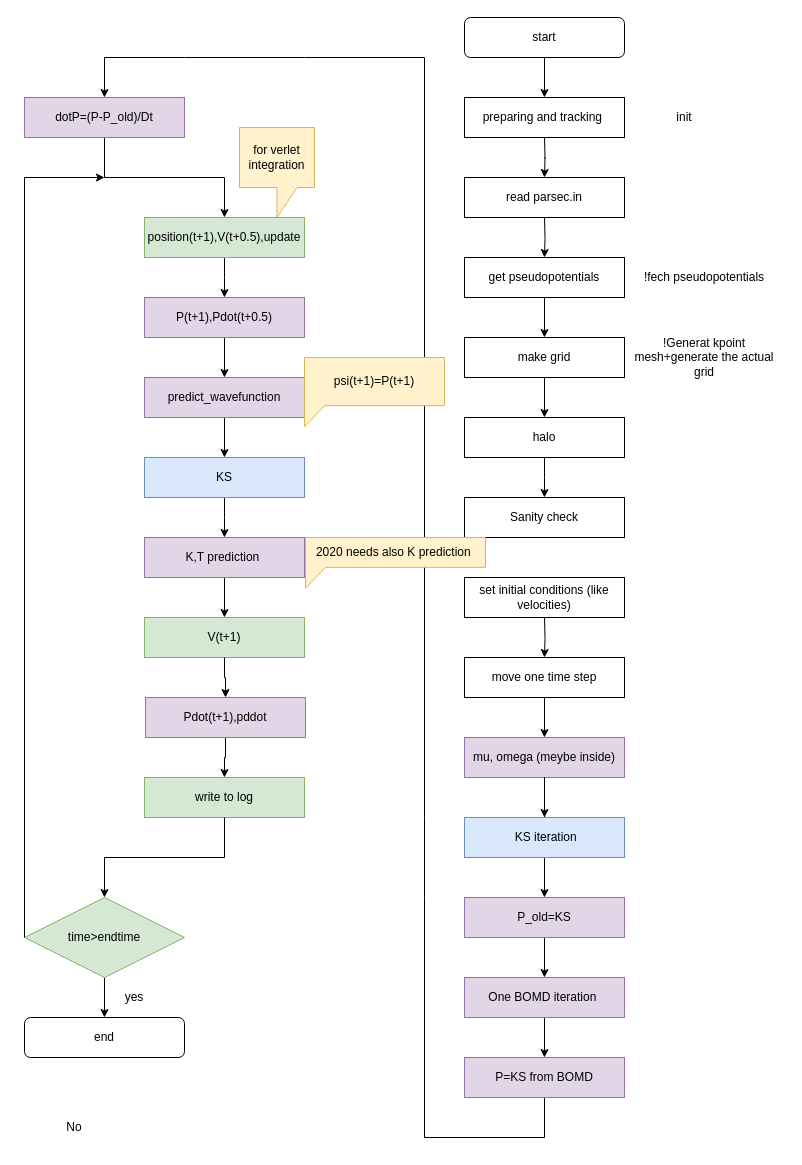
Before: XL_BOMD-KS.drawio in MorYagueldeLame/flowchart_BOMD, a draw.io diagram. Source tidied: cells renumbered, new cells numbered last; positions are measured from the earlier drawing's top-left corner, leaving out a move shared by most shapes. Both pictures are drawn from the tidied source at 100%, with x=0, y=0 at pixel (24, 17).
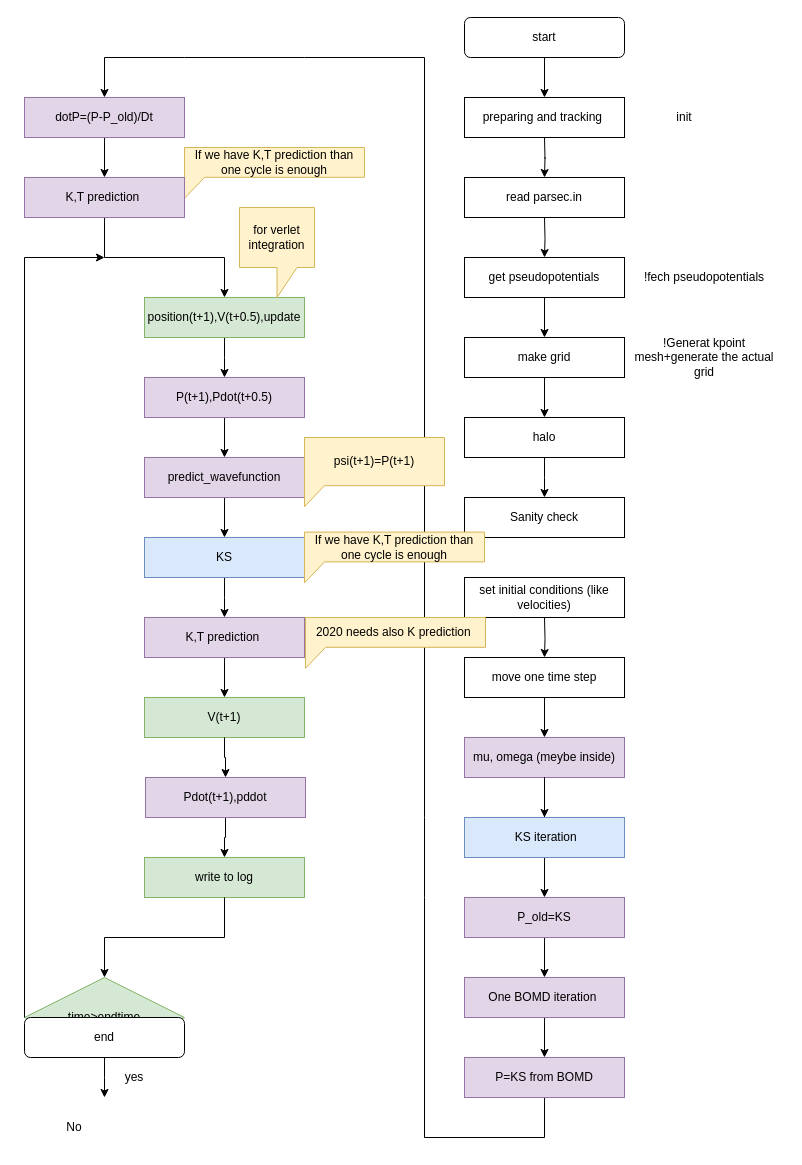
After the change.

The change refers to these unchanged cells:
```xml
<mxCell id="34" value="end" style="rounded=1;whiteSpace=wrap;html=1;" parent="1" vertex="1">
  <mxGeometry y="1000" width="160" height="40" as="geometry" />
</mxCell>
<mxCell id="49" value="P=KS from BOMD" style="whiteSpace=wrap;html=1;fillColor=#e1d5e7;strokeColor=#9673a6;" parent="1" vertex="1">
  <mxGeometry x="440" y="1040" width="160" height="40" as="geometry" />
</mxCell>
<mxCell id="50" value="dotP=(P-P_old)/Dt" style="whiteSpace=wrap;html=1;fillColor=#e1d5e7;strokeColor=#9673a6;" parent="1" vertex="1">
  <mxGeometry y="80" width="160" height="40" as="geometry" />
</mxCell>
```

What changed in the source:
```diff
@@
-    <mxCell id="18" style="endArrow=classic;html=1;rounded=0;exitX=0.5;exitY=1;exitDx=0;exitDy=0;entryX=0.5;entryY=0;entryDx=0;entryDy=0;" parent="1" edge="1" source="49" target="50">
+    <mxCell id="18" style="endArrow=classic;html=1;rounded=0;exitX=0.5;exitY=1;exitDx=0;exitDy=0;" parent="1" edge="1" source="49">
       <mxGeometry relative="1" as="geometry">
+        <mxPoint x="80" y="80" as="targetPoint" />
         <Array as="points">
           <mxPoint x="520" y="1120" />
           <mxPoint x="400" y="1120" />
           <mxPoint x="400" y="880" />
           <mxPoint x="400" y="800" />
           <mxPoint x="400" y="40" />
           <mxPoint x="280" y="40" />
           <mxPoint x="160" y="40" />
           <mxPoint x="80" y="40" />
         </Array>
       </mxGeometry>
     </mxCell>
     <mxCell id="19" style="endArrow=classic;html=1;rounded=0;exitX=0.5;exitY=1;exitDx=0;exitDy=0;entryX=0.5;entryY=0;entryDx=0;entryDy=0;" parent="1" edge="1" target="21">
       <mxGeometry relative="1" as="geometry">
-        <mxPoint x="80" y="120" as="sourcePoint" />
+        <mxPoint x="80" y="200" as="sourcePoint" />
         <Array as="points">
-          <mxPoint x="80" y="160" />
-          <mxPoint x="200" y="160" />
+          <mxPoint x="80" y="240" />
+          <mxPoint x="200" y="240" />
         </Array>
       </mxGeometry>
     </mxCell>
     <mxCell id="20" style="edgeStyle=orthogonalEdgeStyle;rounded=0;jettySize=auto;html=1;" parent="1" edge="1" source="21">
       <mxGeometry relative="1" as="geometry">
-        <mxPoint x="200" y="280" as="targetPoint" />
+        <mxPoint x="200" y="360" as="targetPoint" />
       </mxGeometry>
     </mxCell>
     <mxCell id="21" value="position(t+1),V(t+0.5),update" style="whiteSpace=wrap;html=1;fillColor=#d5e8d4;strokeColor=#82b366;" parent="1" vertex="1">
-      <mxGeometry x="120" y="200" width="160" height="40" as="geometry" />
+      <mxGeometry x="120" y="280" width="160" height="40" as="geometry" />
     </mxCell>
     <mxCell id="22" style="edgeStyle=orthogonalEdgeStyle;rounded=0;jettySize=auto;html=1;" parent="1" edge="1" source="23">
       <mxGeometry relative="1" as="geometry">
-        <mxPoint x="200" y="520" as="targetPoint" />
+        <mxPoint x="200" y="600" as="targetPoint" />
       </mxGeometry>
     </mxCell>
     <mxCell id="23" value="KS" style="whiteSpace=wrap;html=1;fillColor=#dae8fc;strokeColor=#6c8ebf;" parent="1" vertex="1">
-      <mxGeometry x="120" y="440" width="160" height="40" as="geometry" />
+      <mxGeometry x="120" y="520" width="160" height="40" as="geometry" />
     </mxCell>
@@
     <mxCell id="25" value="predict_wavefunction" style="whiteSpace=wrap;html=1;fillColor=#e1d5e7;strokeColor=#9673a6;" parent="1" vertex="1">
-      <mxGeometry x="120" y="360" width="160" height="40" as="geometry" />
+      <mxGeometry x="120" y="440" width="160" height="40" as="geometry" />
     </mxCell>
     <mxCell id="26" value="for verlet integration" style="shape=callout;whiteSpace=wrap;html=1;perimeter=calloutPerimeter;fillColor=#fff2cc;strokeColor=#d6b656;" parent="1" vertex="1">
-      <mxGeometry x="215" y="110" width="75" height="90" as="geometry" />
+      <mxGeometry x="215" y="190" width="75" height="90" as="geometry" />
     </mxCell>
@@
     <mxCell id="28" value="V(t+1)" style="whiteSpace=wrap;html=1;fillColor=#d5e8d4;strokeColor=#82b366;" parent="1" vertex="1">
-      <mxGeometry x="120" y="600" width="160" height="40" as="geometry" />
+      <mxGeometry x="120" y="680" width="160" height="40" as="geometry" />
     </mxCell>
     <mxCell id="29" value="write to log" style="whiteSpace=wrap;html=1;fillColor=#d5e8d4;strokeColor=#82b366;" parent="1" vertex="1">
-      <mxGeometry x="120" y="760" width="160" height="40" as="geometry" />
+      <mxGeometry x="120" y="840" width="160" height="40" as="geometry" />
     </mxCell>
     <mxCell id="30" style="endArrow=classic;html=1;rounded=0;exitX=0.5;exitY=1;exitDx=0;exitDy=0;entryX=0.5;entryY=0;entryDx=0;entryDy=0;entryPerimeter=0;" parent="1" edge="1" source="29" target="32">
       <mxGeometry relative="1" as="geometry">
         <Array as="points">
-          <mxPoint x="200" y="840" />
-          <mxPoint x="80" y="840" />
+          <mxPoint x="200" y="920" />
+          <mxPoint x="80" y="920" />
         </Array>
       </mxGeometry>
     </mxCell>
-    <mxCell id="31" style="edgeStyle=orthogonalEdgeStyle;rounded=0;jettySize=auto;html=1;" parent="1" edge="1" source="32" target="34">
-      <mxGeometry relative="1" as="geometry" />
+    <mxCell id="31" style="edgeStyle=orthogonalEdgeStyle;rounded=0;jettySize=auto;html=1;" parent="1" edge="1" source="32">
+      <mxGeometry relative="1" as="geometry">
+        <mxPoint x="80" y="1080" as="targetPoint" />
+      </mxGeometry>
     </mxCell>
     <mxCell id="32" value="time&amp;gt;endtime" style="rhombus;whiteSpace=wrap;html=1;fillColor=#d5e8d4;strokeColor=#82b366;" parent="1" vertex="1">
-      <mxGeometry y="880" width="160" height="80" as="geometry" />
+      <mxGeometry y="960" width="160" height="80" as="geometry" />
     </mxCell>
     <mxCell id="33" style="endArrow=classic;html=1;rounded=0;exitX=0;exitY=0.5;exitDx=0;exitDy=0;" parent="1" edge="1" source="32">
       <mxGeometry relative="1" as="geometry">
-        <mxPoint x="80" y="160" as="targetPoint" />
+        <mxPoint x="80" y="240" as="targetPoint" />
         <Array as="points">
-          <mxPoint y="160" />
+          <mxPoint y="240" />
         </Array>
       </mxGeometry>
     </mxCell>
@@
     <mxCell id="36" value="yes" style="text;html=1;strokeColor=none;fillColor=none;align=center;verticalAlign=middle;whiteSpace=wrap;rounded=0;" parent="1" vertex="1">
-      <mxGeometry x="80" y="960" width="60" height="40" as="geometry" />
+      <mxGeometry x="80" y="1040" width="60" height="40" as="geometry" />
     </mxCell>
@@
+    <mxCell id="59" style="edgeStyle=orthogonalEdgeStyle;rounded=0;jettySize=auto;html=1;" parent="1" edge="1" source="50" target="62">
+      <mxGeometry relative="1" as="geometry" />
+    </mxCell>
@@
     <mxCell id="51" value="2020 needs also K prediction&amp;nbsp;" style="shape=callout;whiteSpace=wrap;html=1;perimeter=calloutPerimeter;rotation=0;size=21;position=0;position2=0;fillColor=#fff2cc;strokeColor=#d6b656;" parent="1" vertex="1">
-      <mxGeometry x="281" y="520" width="180" height="50.8" as="geometry" />
+      <mxGeometry x="281" y="600" width="180" height="50.8" as="geometry" />
     </mxCell>
     <mxCell id="52" value="psi(t+1)=P(t+1)" style="shape=callout;whiteSpace=wrap;html=1;perimeter=calloutPerimeter;rotation=0;size=21;position=0;position2=0;fillColor=#fff2cc;strokeColor=#d6b656;" parent="1" vertex="1">
-      <mxGeometry x="280" y="340" width="140" height="69.2" as="geometry" />
+      <mxGeometry x="280" y="420" width="140" height="69.2" as="geometry" />
     </mxCell>
@@
     <mxCell id="54" value="P(t+1),Pdot(t+0.5)" style="whiteSpace=wrap;html=1;fillColor=#e1d5e7;strokeColor=#9673a6;" parent="1" vertex="1">
-      <mxGeometry x="120" y="280" width="160" height="40" as="geometry" />
+      <mxGeometry x="120" y="360" width="160" height="40" as="geometry" />
     </mxCell>
@@
     <mxCell id="56" value="Pdot(t+1),pddot" style="whiteSpace=wrap;html=1;fillColor=#e1d5e7;strokeColor=#9673a6;" parent="1" vertex="1">
-      <mxGeometry x="121" y="680" width="160" height="40" as="geometry" />
+      <mxGeometry x="121" y="760" width="160" height="40" as="geometry" />
     </mxCell>
@@
     <mxCell id="58" value="K,T prediction&amp;nbsp;" style="rounded=0;whiteSpace=wrap;html=1;fillColor=#e1d5e7;strokeColor=#9673a6;" parent="1" vertex="1">
-      <mxGeometry x="120" y="520" width="160" height="40" as="geometry" />
+      <mxGeometry x="120" y="600" width="160" height="40" as="geometry" />
     </mxCell>
+    <mxCell id="60" value="If we have K,T prediction than one cycle is enough" style="shape=callout;whiteSpace=wrap;html=1;perimeter=calloutPerimeter;rotation=0;size=21;position=0;position2=0;fillColor=#fff2cc;strokeColor=#d6b656;" parent="1" vertex="1">
+      <mxGeometry x="280" y="514.6" width="180" height="50.8" as="geometry" />
+    </mxCell>
+    <mxCell id="61" value="If we have K,T prediction than one cycle is enough" style="shape=callout;whiteSpace=wrap;html=1;perimeter=calloutPerimeter;rotation=0;size=21;position=0;position2=0;fillColor=#fff2cc;strokeColor=#d6b656;" parent="1" vertex="1">
+      <mxGeometry x="160" y="130" width="180" height="50.8" as="geometry" />
+    </mxCell>
+    <mxCell id="62" value="K,T prediction&amp;nbsp;" style="rounded=0;whiteSpace=wrap;html=1;fillColor=#e1d5e7;strokeColor=#9673a6;" parent="1" vertex="1">
+      <mxGeometry y="160" width="160" height="40" as="geometry" />
+    </mxCell>
```
